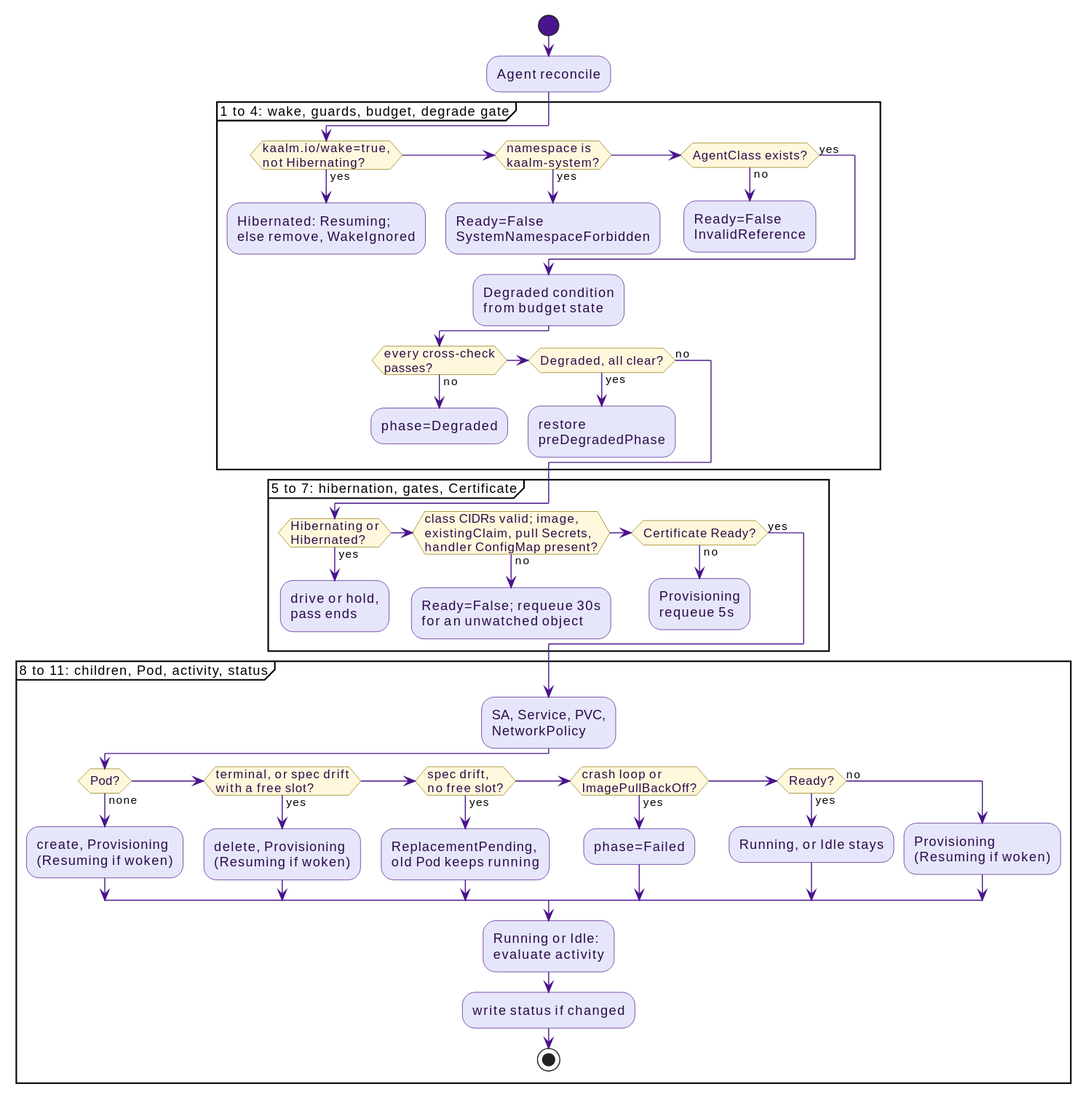
Above: docs/src/diagrams/agent-reconcile-pass.svg in win07xp/kaalm (PlantUML), before the change. Its diagram source:
```plantuml
@startuml
!include _style.puml

start
:Agent reconcile;

partition "1 to 4: wake, guards, budget, degrade gate" {
  if (kaalm.io/wake=true,\nnot Hibernating?) then (yes)
    :Hibernated: Resuming;\nelse remove, WakeIgnored;
    kill
  elseif (namespace is\nkaalm-system?) then (yes)
    :Ready=False\nSystemNamespaceForbidden;
    kill
  elseif (AgentClass exists?) then (no)
    :Ready=False\nInvalidReference;
    kill
  else (yes)
  endif
  :Degraded condition\nfrom budget state;
  if (every cross-check\npasses?) then (no)
    :phase=Degraded;
    kill
  elseif (Degraded, all clear?) then (yes)
    :restore\npreDegradedPhase;
    kill
  else (no)
  endif
}

partition "5 to 7: hibernation, gates, Certificate" {
  if (Hibernating or\nHibernated?) then (yes)
    :drive or hold,\npass ends;
    kill
  elseif (class CIDRs valid; image,\nexistingClaim, pull Secrets,\nhandler ConfigMap present?) then (no)
    :Ready=False; requeue 30s\nfor an unwatched object;
    kill
  elseif (Certificate Ready?) then (no)
    :Provisioning\nrequeue 5s;
    kill
  else (yes)
  endif
}

partition "8 to 11: children, Pod, activity, status" {
  :SA, Service, PVC,\nNetworkPolicy;
  if (Pod?) then (none)
    :create, Provisioning\n(Resuming if woken);
  elseif (terminal, or spec drift\nwith a free slot?) then (yes)
    :delete, Provisioning\n(Resuming if woken);
  elseif (spec drift,\nno free slot?) then (yes)
    :ReplacementPending,\nold Pod keeps running;
  elseif (crash loop or\nImagePullBackOff?) then (yes)
    :phase=Failed;
  elseif (Ready?) then (yes)
    :Running, or Idle stays;
  else (no)
    :Provisioning\n(Resuming if woken);
  endif
  :Running or Idle:\nevaluate activity;
  :write status if changed;
  stop
}
@enduml
```
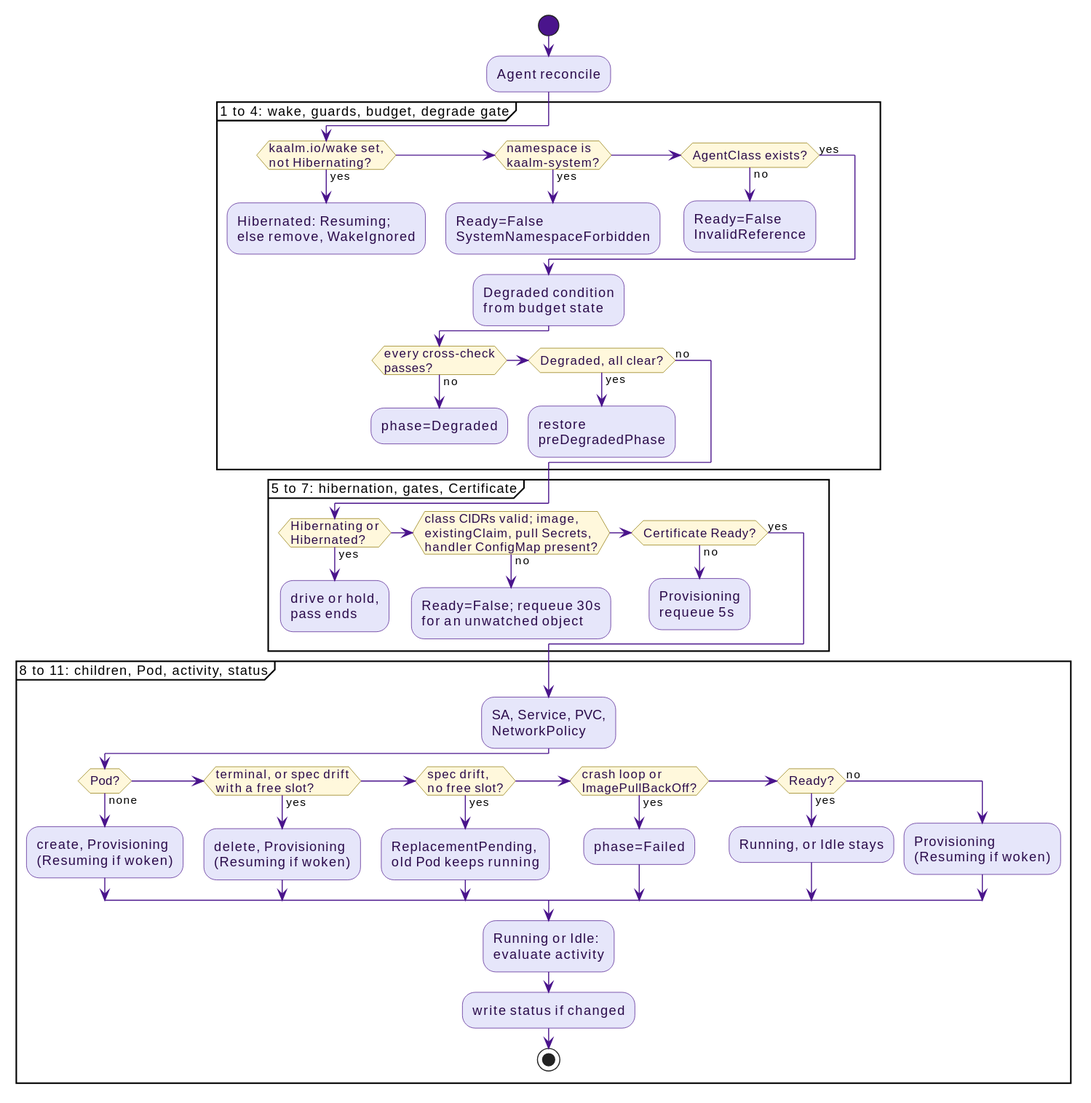
Above is the later version.

The edit, as a diff of the source:
```diff
@@ -5,7 +5,7 @@
 :Agent reconcile;
 
 partition "1 to 4: wake, guards, budget, degrade gate" {
-  if (kaalm.io/wake=true,\nnot Hibernating?) then (yes)
+  if (kaalm.io/wake set,\nnot Hibernating?) then (yes)
     :Hibernated: Resuming;\nelse remove, WakeIgnored;
     kill
   elseif (namespace is\nkaalm-system?) then (yes)
```
